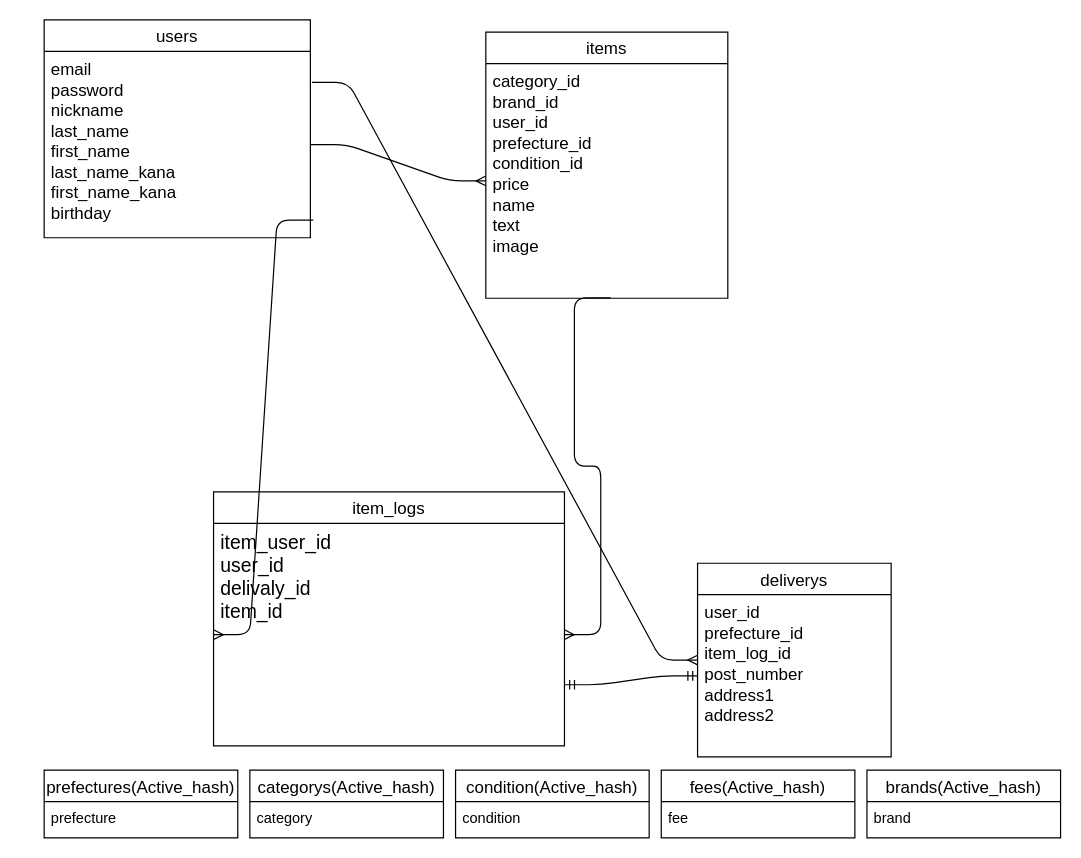
The draw.io diagram ER.dio in tastako307/furima-31756, before the edit. Source tidied: cells renumbered, new cells numbered last; positions are measured from the earlier drawing's top-left corner, leaving out a move shared by most shapes. Both pictures are drawn from the tidied source at 121%, with x=0, y=0 at pixel (44, 19).
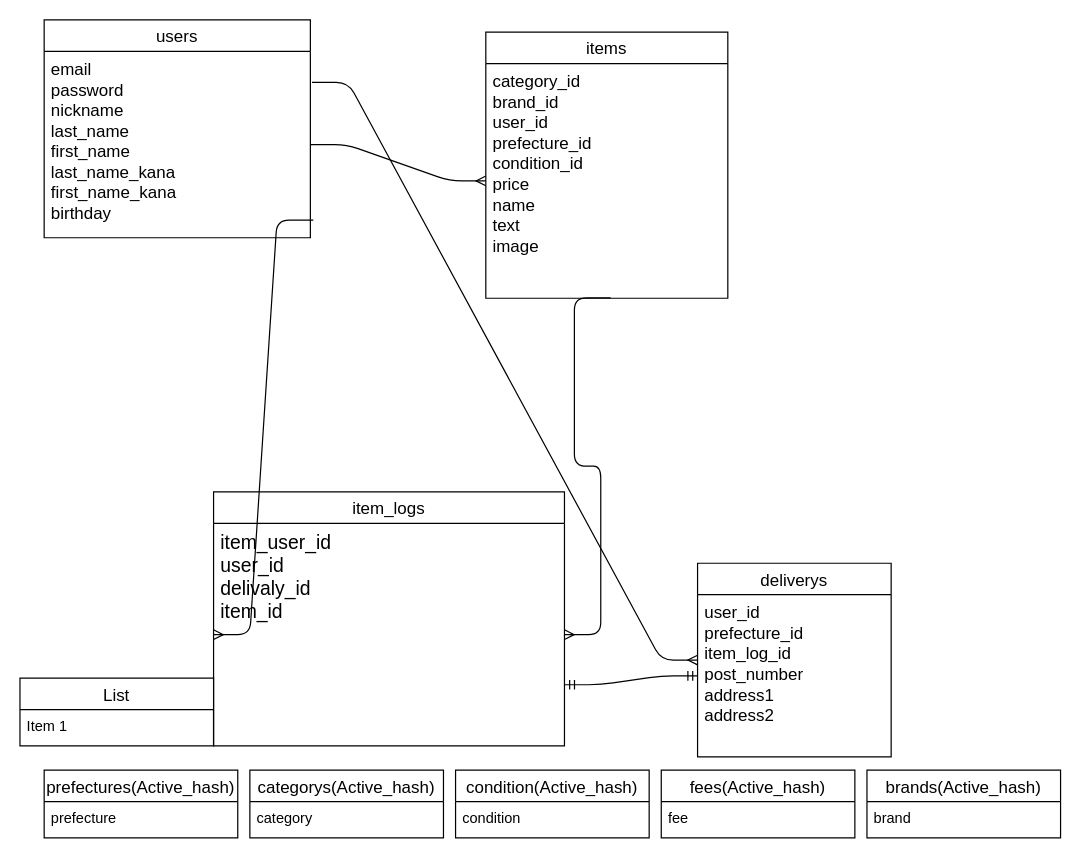
The same page after the edit.

Change to the diagram source:
```diff
@@
+    <mxCell id="25" value="List" style="swimlane;fontStyle=0;horizontal=1;startSize=26;align=center;fontSize=14;" parent="1" vertex="1">
+      <mxGeometry x="-20" y="544" width="160" height="56" as="geometry" />
+    </mxCell>
+    <mxCell id="26" value="Item 1" style="text;strokeColor=none;fillColor=none;spacingLeft=4;spacingRight=4;overflow=hidden;fontSize=12;" parent="25" vertex="1">
+      <mxGeometry y="26" width="160" height="30" as="geometry" />
+    </mxCell>
```
